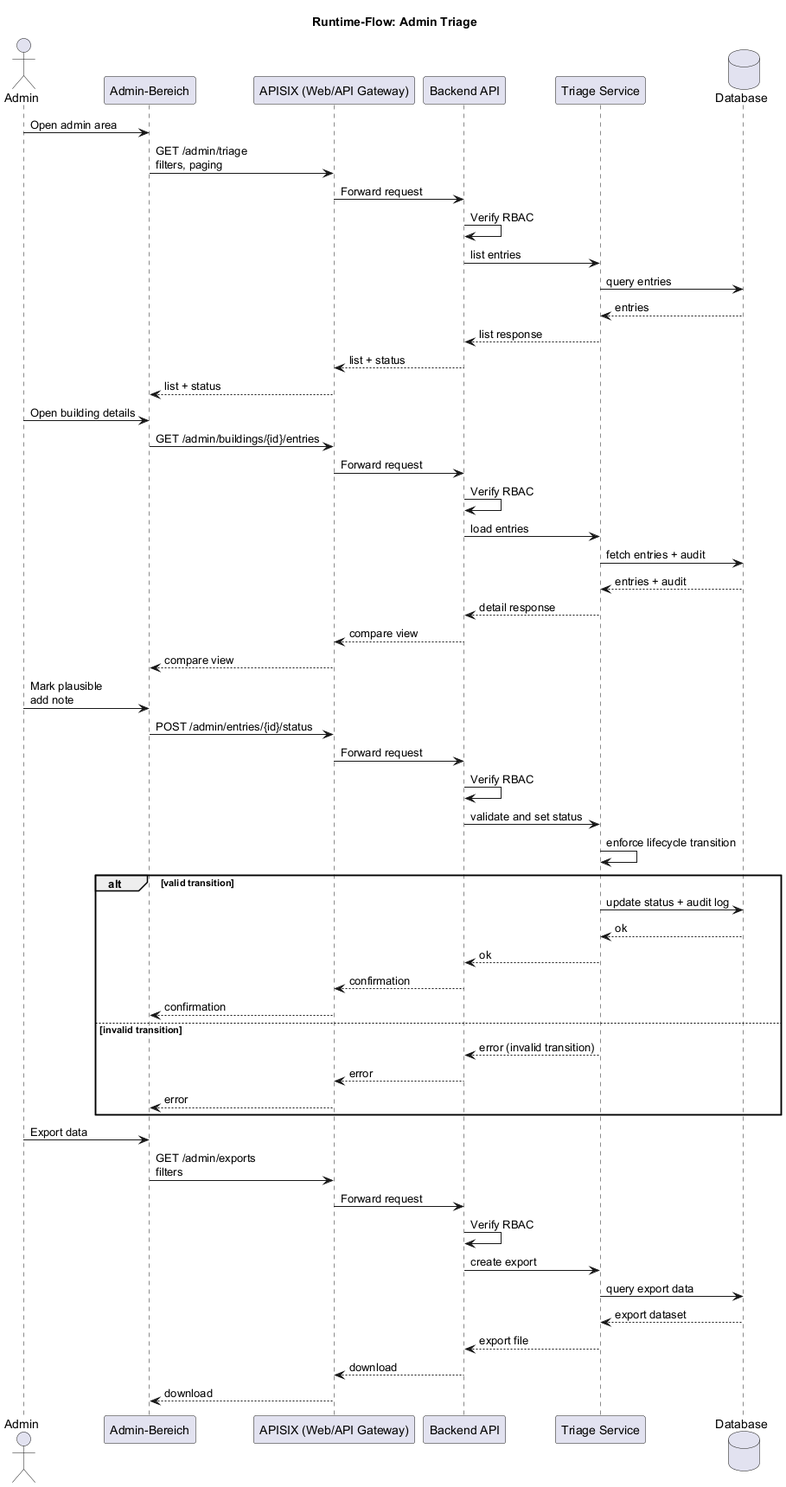
This is docs/architecture/attachments/runtime-flow-admin-triage.png from csi-FOXBYTE/Regensburg_DigitalerEnergieZwilling_Backend, a PlantUML export, as it was before one commit.
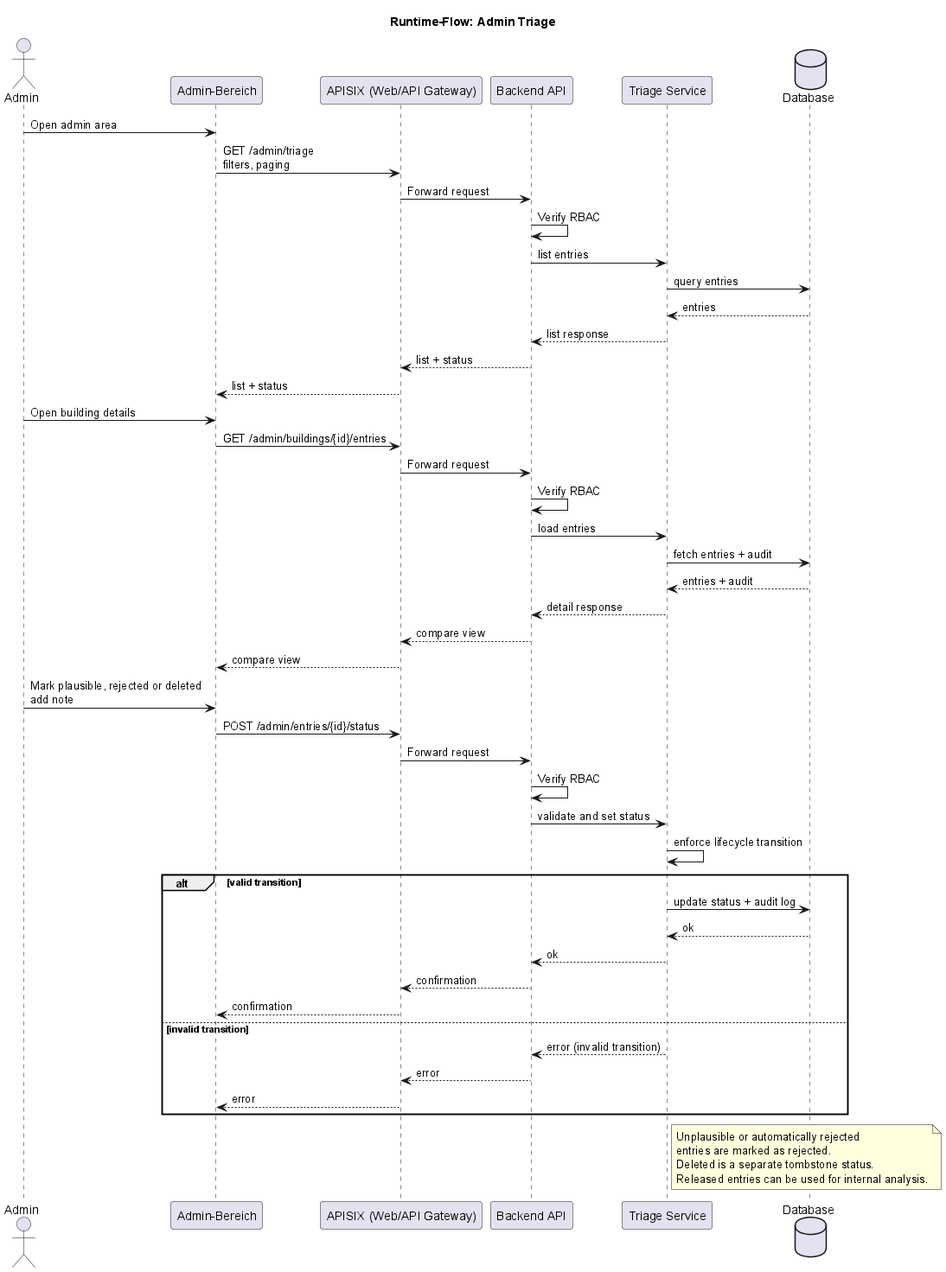
The same diagram one commit later.

Diff of the diagram source:
```diff
@@ -30,7 +30,7 @@
 api --> gateway : compare view
 gateway --> ui : compare view
 
-Admin -> ui : Mark plausible\nadd note
+Admin -> ui : Mark plausible, rejected or deleted\nadd note
 ui -> gateway : POST /admin/entries/{id}/status
 gateway -> api : Forward request
 api -> api : Verify RBAC
@@ -48,15 +48,11 @@
   gateway --> ui : error
 end
 
-Admin -> ui : Export data
-ui -> gateway : GET /admin/exports\nfilters
-gateway -> api : Forward request
-api -> api : Verify RBAC
-api -> triage : create export
-triage -> db : query export data
-db --> triage : export dataset
-triage --> api : export file
-api --> gateway : download
-gateway --> ui : download
+note right of triage
+Unplausible or automatically rejected
+entries are marked as rejected.
+Deleted is a separate tombstone status.
+Released entries can be used for internal analysis.
+end note
 
 @enduml
```
